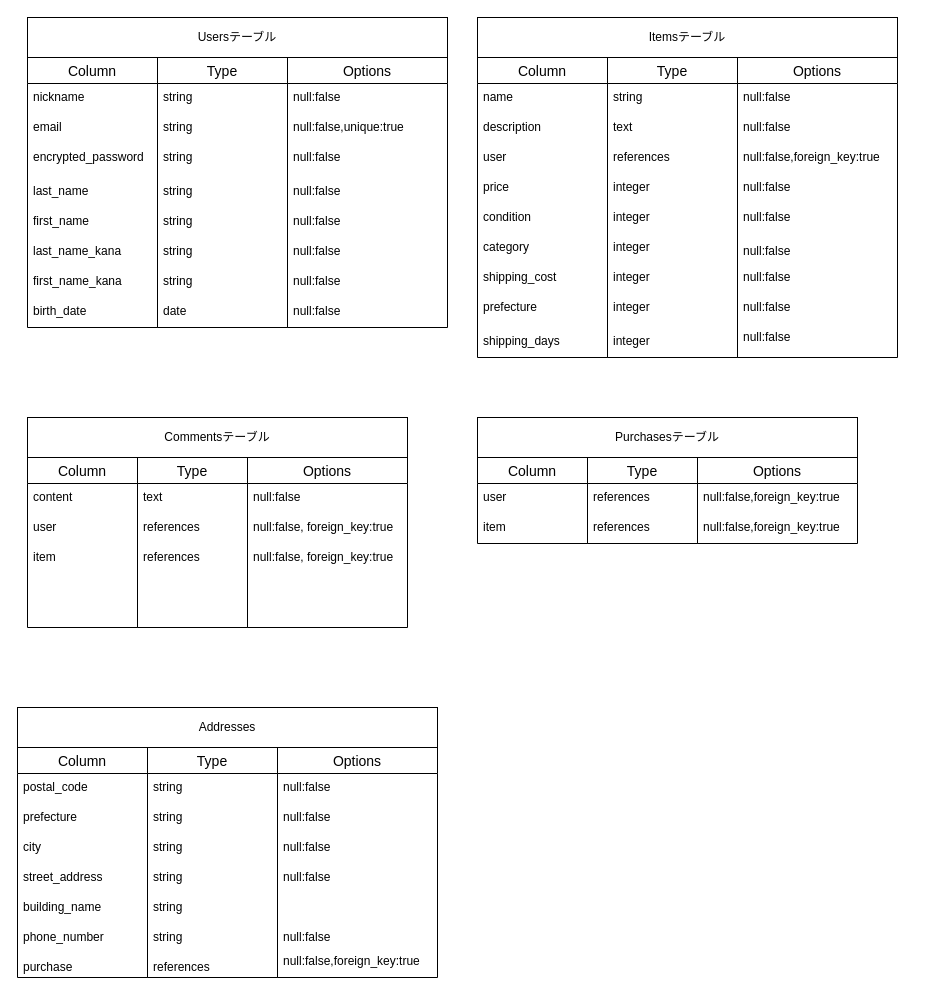
Kazuyoshi0712/furima-40516 keeps this draw.io diagram as test.dio. Above is the earlier version. Source tidied: cells renumbered, new cells numbered last; positions are measured from the earlier drawing's top-left corner, leaving out a move shared by most shapes. Both pictures are drawn from the tidied source at 100%, with x=0, y=0 at pixel (17, 17).
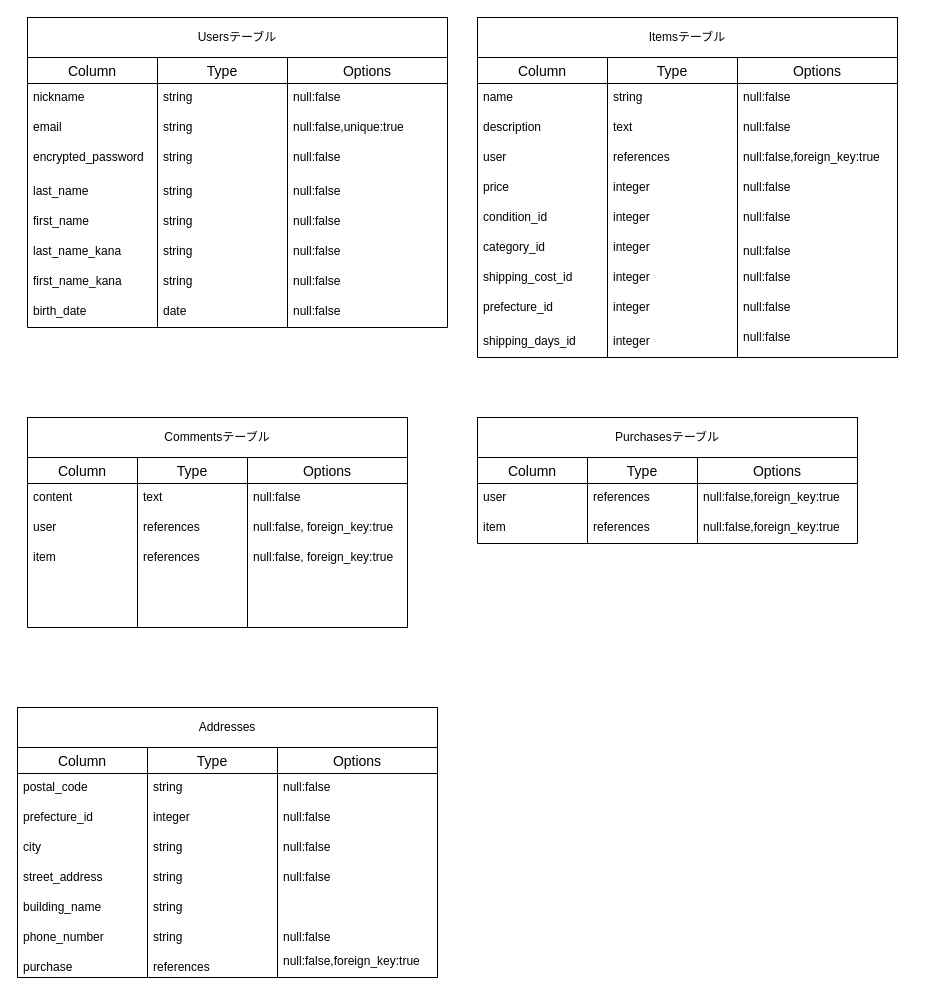
The same page after the edit.

Unchanged cells that the change refers to:
```xml
<mxCell id="57" value="Column" style="swimlane;fontStyle=0;horizontal=1;startSize=26;align=center;fontSize=14;" parent="1" vertex="1">
  <mxGeometry y="730" width="130" height="230" as="geometry" />
</mxCell>
<mxCell id="61" value="Type" style="swimlane;fontStyle=0;horizontal=1;startSize=26;align=center;fontSize=14;" parent="1" vertex="1">
  <mxGeometry x="130" y="730" width="130" height="230" as="geometry" />
</mxCell>
```

Change to the diagram source:
```diff
@@
-    <mxCell id="59" value="prefecture" style="text;strokeColor=none;fillColor=none;spacingLeft=4;spacingRight=4;overflow=hidden;fontSize=12;" parent="57" vertex="1">
+    <mxCell id="59" value="prefecture_id" style="text;strokeColor=none;fillColor=none;spacingLeft=4;spacingRight=4;overflow=hidden;fontSize=12;" parent="57" vertex="1">
       <mxGeometry y="56" width="130" height="30" as="geometry" />
     </mxCell>
@@
-    <mxCell id="63" value="string" style="text;strokeColor=none;fillColor=none;spacingLeft=4;spacingRight=4;overflow=hidden;fontSize=12;" parent="61" vertex="1">
+    <mxCell id="63" value="integer" style="text;strokeColor=none;fillColor=none;spacingLeft=4;spacingRight=4;overflow=hidden;fontSize=12;" parent="61" vertex="1">
       <mxGeometry y="56" width="130" height="30" as="geometry" />
     </mxCell>
@@
-    <mxCell id="81" value="condition" style="text;strokeColor=none;fillColor=none;spacingLeft=4;spacingRight=4;overflow=hidden;fontSize=12;" parent="1" vertex="1">
+    <mxCell id="81" value="condition_id" style="text;strokeColor=none;fillColor=none;spacingLeft=4;spacingRight=4;overflow=hidden;fontSize=12;" parent="1" vertex="1">
       <mxGeometry x="460" y="186" width="130" height="30" as="geometry" />
     </mxCell>
-    <mxCell id="82" value="category" style="text;strokeColor=none;fillColor=none;spacingLeft=4;spacingRight=4;overflow=hidden;fontSize=12;" parent="1" vertex="1">
+    <mxCell id="82" value="category_id" style="text;strokeColor=none;fillColor=none;spacingLeft=4;spacingRight=4;overflow=hidden;fontSize=12;" parent="1" vertex="1">
       <mxGeometry x="460" y="216" width="130" height="30" as="geometry" />
     </mxCell>
-    <mxCell id="83" value="shipping_cost" style="text;strokeColor=none;fillColor=none;spacingLeft=4;spacingRight=4;overflow=hidden;fontSize=12;" parent="1" vertex="1">
+    <mxCell id="83" value="shipping_cost_id" style="text;strokeColor=none;fillColor=none;spacingLeft=4;spacingRight=4;overflow=hidden;fontSize=12;" parent="1" vertex="1">
       <mxGeometry x="460" y="246" width="130" height="30" as="geometry" />
     </mxCell>
-    <mxCell id="84" value="prefecture" style="text;strokeColor=none;fillColor=none;spacingLeft=4;spacingRight=4;overflow=hidden;fontSize=12;" parent="1" vertex="1">
+    <mxCell id="84" value="prefecture_id" style="text;strokeColor=none;fillColor=none;spacingLeft=4;spacingRight=4;overflow=hidden;fontSize=12;" parent="1" vertex="1">
       <mxGeometry x="460" y="276" width="130" height="30" as="geometry" />
     </mxCell>
-    <mxCell id="85" value="shipping_days" style="text;strokeColor=none;fillColor=none;spacingLeft=4;spacingRight=4;overflow=hidden;fontSize=12;" parent="1" vertex="1">
+    <mxCell id="85" value="shipping_days_id" style="text;strokeColor=none;fillColor=none;spacingLeft=4;spacingRight=4;overflow=hidden;fontSize=12;" parent="1" vertex="1">
       <mxGeometry x="460" y="310" width="130" height="30" as="geometry" />
     </mxCell>
```
